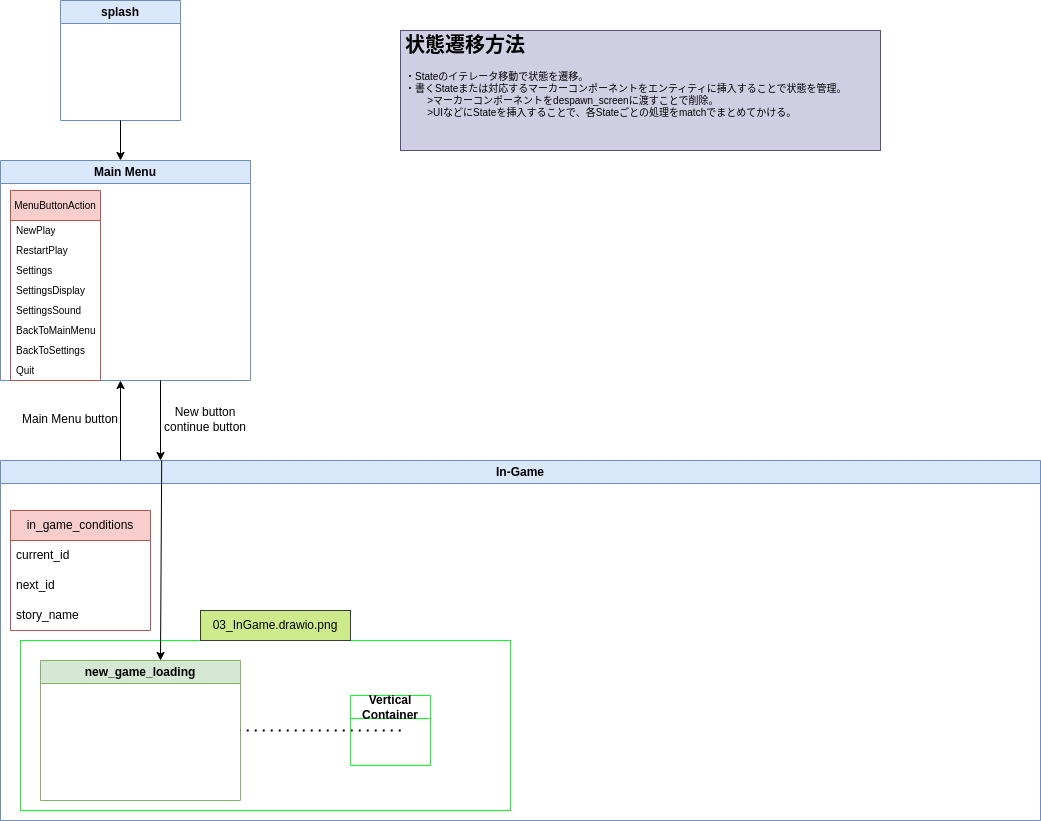
karasunokoppu/simple-novel-game keeps this draw.io diagram as drawio/01_全体図.drawio.png. Above is the earlier version. Source tidied: cells renumbered, new cells last; positions are measured from the earlier drawing's top-left corner, leaving out a move shared by most shapes. The source it was exported from:
```xml
<mxGraphModel>
  <root>
    <mxCell id="0" />
    <mxCell id="1" parent="0" />
    <mxCell id="2" value="Main Menu" style="swimlane;whiteSpace=wrap;html=1;fillColor=#dae8fc;strokeColor=#6c8ebf;" parent="1" vertex="1">
      <mxGeometry y="160" width="250" height="220" as="geometry" />
    </mxCell>
    <mxCell id="3" value="&lt;font style=&quot;font-size: 10px;&quot;&gt;MenuButtonAction&lt;/font&gt;" style="swimlane;fontStyle=0;horizontal=1;startSize=30;whiteSpace=wrap;html=1;verticalAlign=middle;fillColor=#f8cecc;strokeColor=#b85450;" parent="2" vertex="1">
      <mxGeometry x="10" y="30" width="90" height="190" as="geometry" />
    </mxCell>
    <mxCell id="4" value="NewPlay" style="text;strokeColor=none;fillColor=none;align=left;verticalAlign=middle;spacingLeft=4;spacingRight=4;overflow=hidden;whiteSpace=wrap;html=1;fontSize=10;" parent="3" vertex="1">
      <mxGeometry y="30" width="90" height="20" as="geometry" />
    </mxCell>
    <mxCell id="5" value="RestartPlay" style="text;strokeColor=none;fillColor=none;align=left;verticalAlign=middle;spacingLeft=4;spacingRight=4;overflow=hidden;whiteSpace=wrap;html=1;fontSize=10;" parent="3" vertex="1">
      <mxGeometry y="50" width="90" height="20" as="geometry" />
    </mxCell>
    <mxCell id="6" value="Settings" style="text;strokeColor=none;fillColor=none;align=left;verticalAlign=middle;spacingLeft=4;spacingRight=4;overflow=hidden;whiteSpace=wrap;html=1;fontSize=10;" parent="3" vertex="1">
      <mxGeometry y="70" width="90" height="20" as="geometry" />
    </mxCell>
    <mxCell id="7" value="SettingsDisplay" style="text;strokeColor=none;fillColor=none;align=left;verticalAlign=middle;spacingLeft=4;spacingRight=4;overflow=hidden;whiteSpace=wrap;html=1;fontSize=10;" parent="3" vertex="1">
      <mxGeometry y="90" width="90" height="20" as="geometry" />
    </mxCell>
    <mxCell id="8" value="SettingsSound" style="text;strokeColor=none;fillColor=none;align=left;verticalAlign=middle;spacingLeft=4;spacingRight=4;overflow=hidden;whiteSpace=wrap;html=1;fontSize=10;" parent="3" vertex="1">
      <mxGeometry y="110" width="90" height="20" as="geometry" />
    </mxCell>
    <mxCell id="9" value="BackToMainMenu" style="text;strokeColor=none;fillColor=none;align=left;verticalAlign=middle;spacingLeft=4;spacingRight=4;overflow=hidden;whiteSpace=wrap;html=1;fontSize=10;" parent="3" vertex="1">
      <mxGeometry y="130" width="90" height="20" as="geometry" />
    </mxCell>
    <mxCell id="10" value="BackToSettings" style="text;strokeColor=none;fillColor=none;align=left;verticalAlign=middle;spacingLeft=4;spacingRight=4;overflow=hidden;whiteSpace=wrap;html=1;fontSize=10;" parent="3" vertex="1">
      <mxGeometry y="150" width="90" height="20" as="geometry" />
    </mxCell>
    <mxCell id="11" value="Quit" style="text;strokeColor=none;fillColor=none;align=left;verticalAlign=middle;spacingLeft=4;spacingRight=4;overflow=hidden;whiteSpace=wrap;html=1;fontSize=10;" parent="3" vertex="1">
      <mxGeometry y="170" width="90" height="20" as="geometry" />
    </mxCell>
    <mxCell id="12" value="In-Game" style="swimlane;whiteSpace=wrap;html=1;fillColor=#dae8fc;strokeColor=#6c8ebf;" parent="1" vertex="1">
      <mxGeometry y="460" width="1040" height="360" as="geometry" />
    </mxCell>
    <mxCell id="13" style="rounded=0;whiteSpace=wrap;html=1;fillColor=none;strokeColor=#08FF20;" parent="12" vertex="1">
      <mxGeometry x="20" y="180" width="490" height="170" as="geometry" />
    </mxCell>
    <mxCell id="14" value="in_game_conditions" style="swimlane;fontStyle=0;horizontal=1;startSize=30;whiteSpace=wrap;html=1;fillColor=#f8cecc;strokeColor=#b85450;" parent="12" vertex="1">
      <mxGeometry x="10" y="50" width="140" height="120" as="geometry" />
    </mxCell>
    <mxCell id="15" value="current_id" style="text;strokeColor=none;fillColor=none;align=left;verticalAlign=middle;spacingLeft=4;spacingRight=4;overflow=hidden;whiteSpace=wrap;html=1;" parent="14" vertex="1">
      <mxGeometry y="30" width="140" height="30" as="geometry" />
    </mxCell>
    <mxCell id="16" value="next_id" style="text;strokeColor=none;fillColor=none;align=left;verticalAlign=middle;spacingLeft=4;spacingRight=4;overflow=hidden;whiteSpace=wrap;html=1;" parent="14" vertex="1">
      <mxGeometry y="60" width="140" height="30" as="geometry" />
    </mxCell>
    <mxCell id="17" value="story_name" style="text;strokeColor=none;fillColor=none;align=left;verticalAlign=middle;spacingLeft=4;spacingRight=4;overflow=hidden;whiteSpace=wrap;html=1;" parent="14" vertex="1">
      <mxGeometry y="90" width="140" height="30" as="geometry" />
    </mxCell>
    <mxCell id="18" value="new_game_loading" style="swimlane;whiteSpace=wrap;html=1;fillColor=#d5e8d4;strokeColor=#82b366;" parent="12" vertex="1">
      <mxGeometry x="40" y="200" width="200" height="140" as="geometry" />
    </mxCell>
    <mxCell id="19" style="endArrow=classic;html=1;exitX=0.155;exitY=0;exitDx=0;exitDy=0;exitPerimeter=0;entryX=0.6;entryY=0;entryDx=0;entryDy=0;entryPerimeter=0;" parent="12" edge="1" source="12" target="18">
      <mxGeometry relative="1" as="geometry" />
    </mxCell>
    <mxCell id="20" value="03_InGame.drawio.png" style="text;html=1;strokeColor=#36393d;fillColor=#cdeb8b;align=center;verticalAlign=middle;whiteSpace=wrap;rounded=0;" parent="12" vertex="1">
      <mxGeometry x="200" y="150" width="150" height="30" as="geometry" />
    </mxCell>
    <mxCell id="21" style="endArrow=none;dashed=1;html=1;dashPattern=1 3;strokeWidth=2;entryX=1;entryY=0.5;entryDx=0;entryDy=0;exitX=0.776;exitY=0.529;exitDx=0;exitDy=0;exitPerimeter=0;" parent="12" edge="1" source="13" target="18">
      <mxGeometry relative="1" as="geometry" />
    </mxCell>
    <mxCell id="22" value="Vertical Container" style="swimlane;whiteSpace=wrap;html=1;strokeColor=#08FF20;" parent="12" vertex="1">
      <mxGeometry x="350" y="235" width="80" height="70" as="geometry" />
    </mxCell>
    <mxCell id="23" value="splash" style="swimlane;whiteSpace=wrap;html=1;fillColor=#dae8fc;strokeColor=#6c8ebf;" parent="1" vertex="1">
      <mxGeometry x="60" width="120" height="120" as="geometry" />
    </mxCell>
    <mxCell id="24" value="New button&lt;br&gt;continue button" style="text;html=1;strokeColor=none;fillColor=none;align=center;verticalAlign=middle;whiteSpace=wrap;rounded=0;" parent="1" vertex="1">
      <mxGeometry x="160" y="404" width="90" height="30" as="geometry" />
    </mxCell>
    <mxCell id="25" style="endArrow=classic;html=1;" parent="1" edge="1">
      <mxGeometry relative="1" as="geometry">
        <mxPoint x="160" y="380" as="sourcePoint" />
        <mxPoint x="160" y="460" as="targetPoint" />
      </mxGeometry>
    </mxCell>
    <mxCell id="26" style="endArrow=classic;html=1;" parent="1" edge="1">
      <mxGeometry relative="1" as="geometry">
        <mxPoint x="120" y="460" as="sourcePoint" />
        <mxPoint x="120" y="380" as="targetPoint" />
      </mxGeometry>
    </mxCell>
    <mxCell id="27" value="Main Menu button" style="text;html=1;strokeColor=none;fillColor=none;align=center;verticalAlign=middle;whiteSpace=wrap;rounded=0;" parent="1" vertex="1">
      <mxGeometry x="20" y="404" width="100" height="30" as="geometry" />
    </mxCell>
    <mxCell id="28" style="endArrow=classic;html=1;" parent="1" edge="1">
      <mxGeometry relative="1" as="geometry">
        <mxPoint x="120" y="120" as="sourcePoint" />
        <mxPoint x="120" y="160" as="targetPoint" />
      </mxGeometry>
    </mxCell>
    <mxCell id="29" value="&lt;h1&gt;状態遷移方法&lt;/h1&gt;&lt;div&gt;・Stateのイテレータ移動で状態を遷移。&lt;/div&gt;&lt;div&gt;・書くStateまたは対応するマーカーコンポーネントをエンティティに挿入することで状態を管理。&lt;/div&gt;&lt;div&gt;&lt;span style=&quot;white-space: pre;&quot;&gt;&#9;&lt;/span&gt;&amp;gt;マーカーコンポーネントをdespawn_screenに渡すことで削除。&lt;br&gt;&lt;/div&gt;&lt;div&gt;&lt;span style=&quot;white-space: pre;&quot;&gt;&#9;&lt;/span&gt;&amp;gt;UIなどにStateを挿入することで、各Stateごとの処理をmatchでまとめてかける。&lt;/div&gt;" style="text;html=1;strokeColor=#56517e;fillColor=#d0cee2;spacing=5;spacingTop=-20;whiteSpace=wrap;overflow=hidden;rounded=0;fontSize=10;" parent="1" vertex="1">
      <mxGeometry x="400" y="30" width="480" height="120" as="geometry" />
    </mxCell>
  </root>
</mxGraphModel>
```
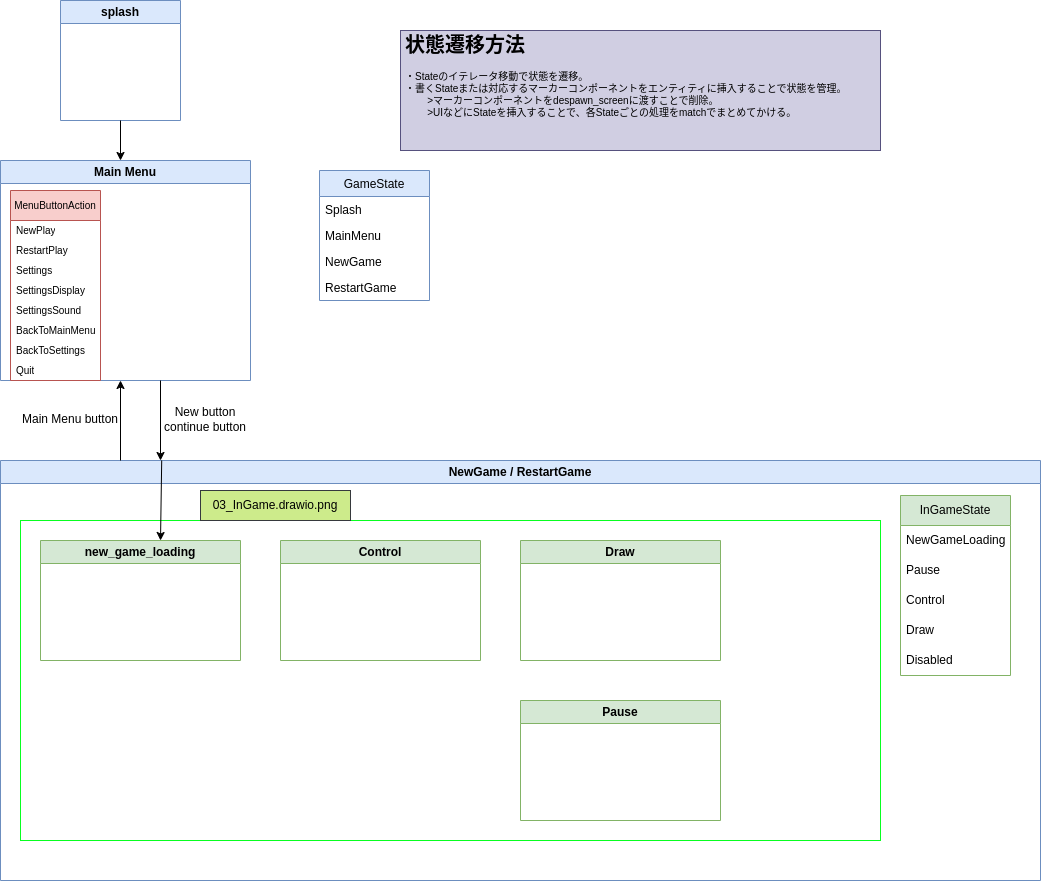
Later version of the same file.

Change to the diagram source:
```diff
@@ -32,39 +32,48 @@
     <mxCell id="11" value="Quit" style="text;strokeColor=none;fillColor=none;align=left;verticalAlign=middle;spacingLeft=4;spacingRight=4;overflow=hidden;whiteSpace=wrap;html=1;fontSize=10;" parent="3" vertex="1">
       <mxGeometry y="170" width="90" height="20" as="geometry" />
     </mxCell>
-    <mxCell id="12" value="In-Game" style="swimlane;whiteSpace=wrap;html=1;fillColor=#dae8fc;strokeColor=#6c8ebf;" parent="1" vertex="1">
-      <mxGeometry y="460" width="1040" height="360" as="geometry" />
+    <mxCell id="12" value="NewGame / RestartGame" style="swimlane;whiteSpace=wrap;html=1;fillColor=#dae8fc;strokeColor=#6c8ebf;" parent="1" vertex="1">
+      <mxGeometry y="460" width="1040" height="420" as="geometry" />
     </mxCell>
     <mxCell id="13" style="rounded=0;whiteSpace=wrap;html=1;fillColor=none;strokeColor=#08FF20;" parent="12" vertex="1">
-      <mxGeometry x="20" y="180" width="490" height="170" as="geometry" />
+      <mxGeometry x="20" y="60" width="860" height="320" as="geometry" />
     </mxCell>
-    <mxCell id="14" value="in_game_conditions" style="swimlane;fontStyle=0;horizontal=1;startSize=30;whiteSpace=wrap;html=1;fillColor=#f8cecc;strokeColor=#b85450;" parent="12" vertex="1">
-      <mxGeometry x="10" y="50" width="140" height="120" as="geometry" />
+    <mxCell id="14" value="InGameState" style="swimlane;fontStyle=0;horizontal=1;startSize=30;whiteSpace=wrap;html=1;fillColor=#d5e8d4;strokeColor=#82b366;" parent="12" vertex="1">
+      <mxGeometry x="900" y="35" width="110" height="180" as="geometry" />
     </mxCell>
-    <mxCell id="15" value="current_id" style="text;strokeColor=none;fillColor=none;align=left;verticalAlign=middle;spacingLeft=4;spacingRight=4;overflow=hidden;whiteSpace=wrap;html=1;" parent="14" vertex="1">
-      <mxGeometry y="30" width="140" height="30" as="geometry" />
+    <mxCell id="15" value="NewGameLoading" style="text;strokeColor=none;fillColor=none;align=left;verticalAlign=middle;spacingLeft=4;spacingRight=4;overflow=hidden;whiteSpace=wrap;html=1;" parent="14" vertex="1">
+      <mxGeometry y="30" width="110" height="30" as="geometry" />
     </mxCell>
-    <mxCell id="16" value="next_id" style="text;strokeColor=none;fillColor=none;align=left;verticalAlign=middle;spacingLeft=4;spacingRight=4;overflow=hidden;whiteSpace=wrap;html=1;" parent="14" vertex="1">
-      <mxGeometry y="60" width="140" height="30" as="geometry" />
+    <mxCell id="16" value="Pause" style="text;strokeColor=none;fillColor=none;align=left;verticalAlign=middle;spacingLeft=4;spacingRight=4;overflow=hidden;whiteSpace=wrap;html=1;" parent="14" vertex="1">
+      <mxGeometry y="60" width="110" height="30" as="geometry" />
     </mxCell>
-    <mxCell id="17" value="story_name" style="text;strokeColor=none;fillColor=none;align=left;verticalAlign=middle;spacingLeft=4;spacingRight=4;overflow=hidden;whiteSpace=wrap;html=1;" parent="14" vertex="1">
-      <mxGeometry y="90" width="140" height="30" as="geometry" />
+    <mxCell id="17" value="Control" style="text;strokeColor=none;fillColor=none;align=left;verticalAlign=middle;spacingLeft=4;spacingRight=4;overflow=hidden;whiteSpace=wrap;html=1;" parent="14" vertex="1">
+      <mxGeometry y="90" width="110" height="30" as="geometry" />
     </mxCell>
+    <mxCell id="30" value="Draw" style="text;strokeColor=none;fillColor=none;align=left;verticalAlign=middle;spacingLeft=4;spacingRight=4;overflow=hidden;whiteSpace=wrap;html=1;" parent="14" vertex="1">
+      <mxGeometry y="120" width="110" height="30" as="geometry" />
+    </mxCell>
+    <mxCell id="31" value="Disabled" style="text;strokeColor=none;fillColor=none;align=left;verticalAlign=middle;spacingLeft=4;spacingRight=4;overflow=hidden;whiteSpace=wrap;html=1;" parent="14" vertex="1">
+      <mxGeometry y="150" width="110" height="30" as="geometry" />
+    </mxCell>
     <mxCell id="18" value="new_game_loading" style="swimlane;whiteSpace=wrap;html=1;fillColor=#d5e8d4;strokeColor=#82b366;" parent="12" vertex="1">
-      <mxGeometry x="40" y="200" width="200" height="140" as="geometry" />
+      <mxGeometry x="40" y="80" width="200" height="120" as="geometry" />
     </mxCell>
     <mxCell id="19" style="endArrow=classic;html=1;exitX=0.155;exitY=0;exitDx=0;exitDy=0;exitPerimeter=0;entryX=0.6;entryY=0;entryDx=0;entryDy=0;entryPerimeter=0;" parent="12" edge="1" source="12" target="18">
       <mxGeometry relative="1" as="geometry" />
     </mxCell>
     <mxCell id="20" value="03_InGame.drawio.png" style="text;html=1;strokeColor=#36393d;fillColor=#cdeb8b;align=center;verticalAlign=middle;whiteSpace=wrap;rounded=0;" parent="12" vertex="1">
-      <mxGeometry x="200" y="150" width="150" height="30" as="geometry" />
+      <mxGeometry x="200" y="30" width="150" height="30" as="geometry" />
     </mxCell>
-    <mxCell id="21" style="endArrow=none;dashed=1;html=1;dashPattern=1 3;strokeWidth=2;entryX=1;entryY=0.5;entryDx=0;entryDy=0;exitX=0.776;exitY=0.529;exitDx=0;exitDy=0;exitPerimeter=0;" parent="12" edge="1" source="13" target="18">
-      <mxGeometry relative="1" as="geometry" />
-    </mxCell>
-    <mxCell id="22" value="Vertical Container" style="swimlane;whiteSpace=wrap;html=1;strokeColor=#08FF20;" parent="12" vertex="1">
-      <mxGeometry x="350" y="235" width="80" height="70" as="geometry" />
-    </mxCell>
+    <mxCell id="32" value="Control" style="swimlane;whiteSpace=wrap;html=1;fillColor=#d5e8d4;strokeColor=#82b366;" parent="12" vertex="1">
+      <mxGeometry x="280" y="80" width="200" height="120" as="geometry" />
+    </mxCell>
+    <mxCell id="33" value="Draw" style="swimlane;whiteSpace=wrap;html=1;fillColor=#d5e8d4;strokeColor=#82b366;" parent="12" vertex="1">
+      <mxGeometry x="520" y="80" width="200" height="120" as="geometry" />
+    </mxCell>
+    <mxCell id="34" value="Pause" style="swimlane;whiteSpace=wrap;html=1;fillColor=#d5e8d4;strokeColor=#82b366;" parent="12" vertex="1">
+      <mxGeometry x="520" y="240" width="200" height="120" as="geometry" />
+    </mxCell>
     <mxCell id="23" value="splash" style="swimlane;whiteSpace=wrap;html=1;fillColor=#dae8fc;strokeColor=#6c8ebf;" parent="1" vertex="1">
       <mxGeometry x="60" width="120" height="120" as="geometry" />
     </mxCell>
@@ -95,5 +104,20 @@
     <mxCell id="29" value="&lt;h1&gt;状態遷移方法&lt;/h1&gt;&lt;div&gt;・Stateのイテレータ移動で状態を遷移。&lt;/div&gt;&lt;div&gt;・書くStateまたは対応するマーカーコンポーネントをエンティティに挿入することで状態を管理。&lt;/div&gt;&lt;div&gt;&lt;span style=&quot;white-space: pre;&quot;&gt;&#9;&lt;/span&gt;&amp;gt;マーカーコンポーネントをdespawn_screenに渡すことで削除。&lt;br&gt;&lt;/div&gt;&lt;div&gt;&lt;span style=&quot;white-space: pre;&quot;&gt;&#9;&lt;/span&gt;&amp;gt;UIなどにStateを挿入することで、各Stateごとの処理をmatchでまとめてかける。&lt;/div&gt;" style="text;html=1;strokeColor=#56517e;fillColor=#d0cee2;spacing=5;spacingTop=-20;whiteSpace=wrap;overflow=hidden;rounded=0;fontSize=10;" parent="1" vertex="1">
       <mxGeometry x="400" y="30" width="480" height="120" as="geometry" />
     </mxCell>
+    <mxCell id="35" value="GameState" style="swimlane;fontStyle=0;horizontal=1;startSize=26;fillColor=#dae8fc;strokeColor=#6c8ebf;" parent="1" vertex="1">
+      <mxGeometry x="319" y="170" width="110" height="130" as="geometry" />
+    </mxCell>
+    <mxCell id="36" value="Splash" style="text;strokeColor=none;fillColor=none;align=left;verticalAlign=top;spacingLeft=4;spacingRight=4;overflow=hidden;" parent="35" vertex="1">
+      <mxGeometry y="26" width="110" height="26" as="geometry" />
+    </mxCell>
+    <mxCell id="37" value="MainMenu" style="text;strokeColor=none;fillColor=none;align=left;verticalAlign=top;spacingLeft=4;spacingRight=4;overflow=hidden;" parent="35" vertex="1">
+      <mxGeometry y="52" width="110" height="26" as="geometry" />
+    </mxCell>
+    <mxCell id="38" value="NewGame" style="text;strokeColor=none;fillColor=none;align=left;verticalAlign=top;spacingLeft=4;spacingRight=4;overflow=hidden;" parent="35" vertex="1">
+      <mxGeometry y="78" width="110" height="26" as="geometry" />
+    </mxCell>
+    <mxCell id="39" value="RestartGame" style="text;strokeColor=none;fillColor=none;align=left;verticalAlign=top;spacingLeft=4;spacingRight=4;overflow=hidden;" parent="35" vertex="1">
+      <mxGeometry y="104" width="110" height="26" as="geometry" />
+    </mxCell>
   </root>
 </mxGraphModel>
```
